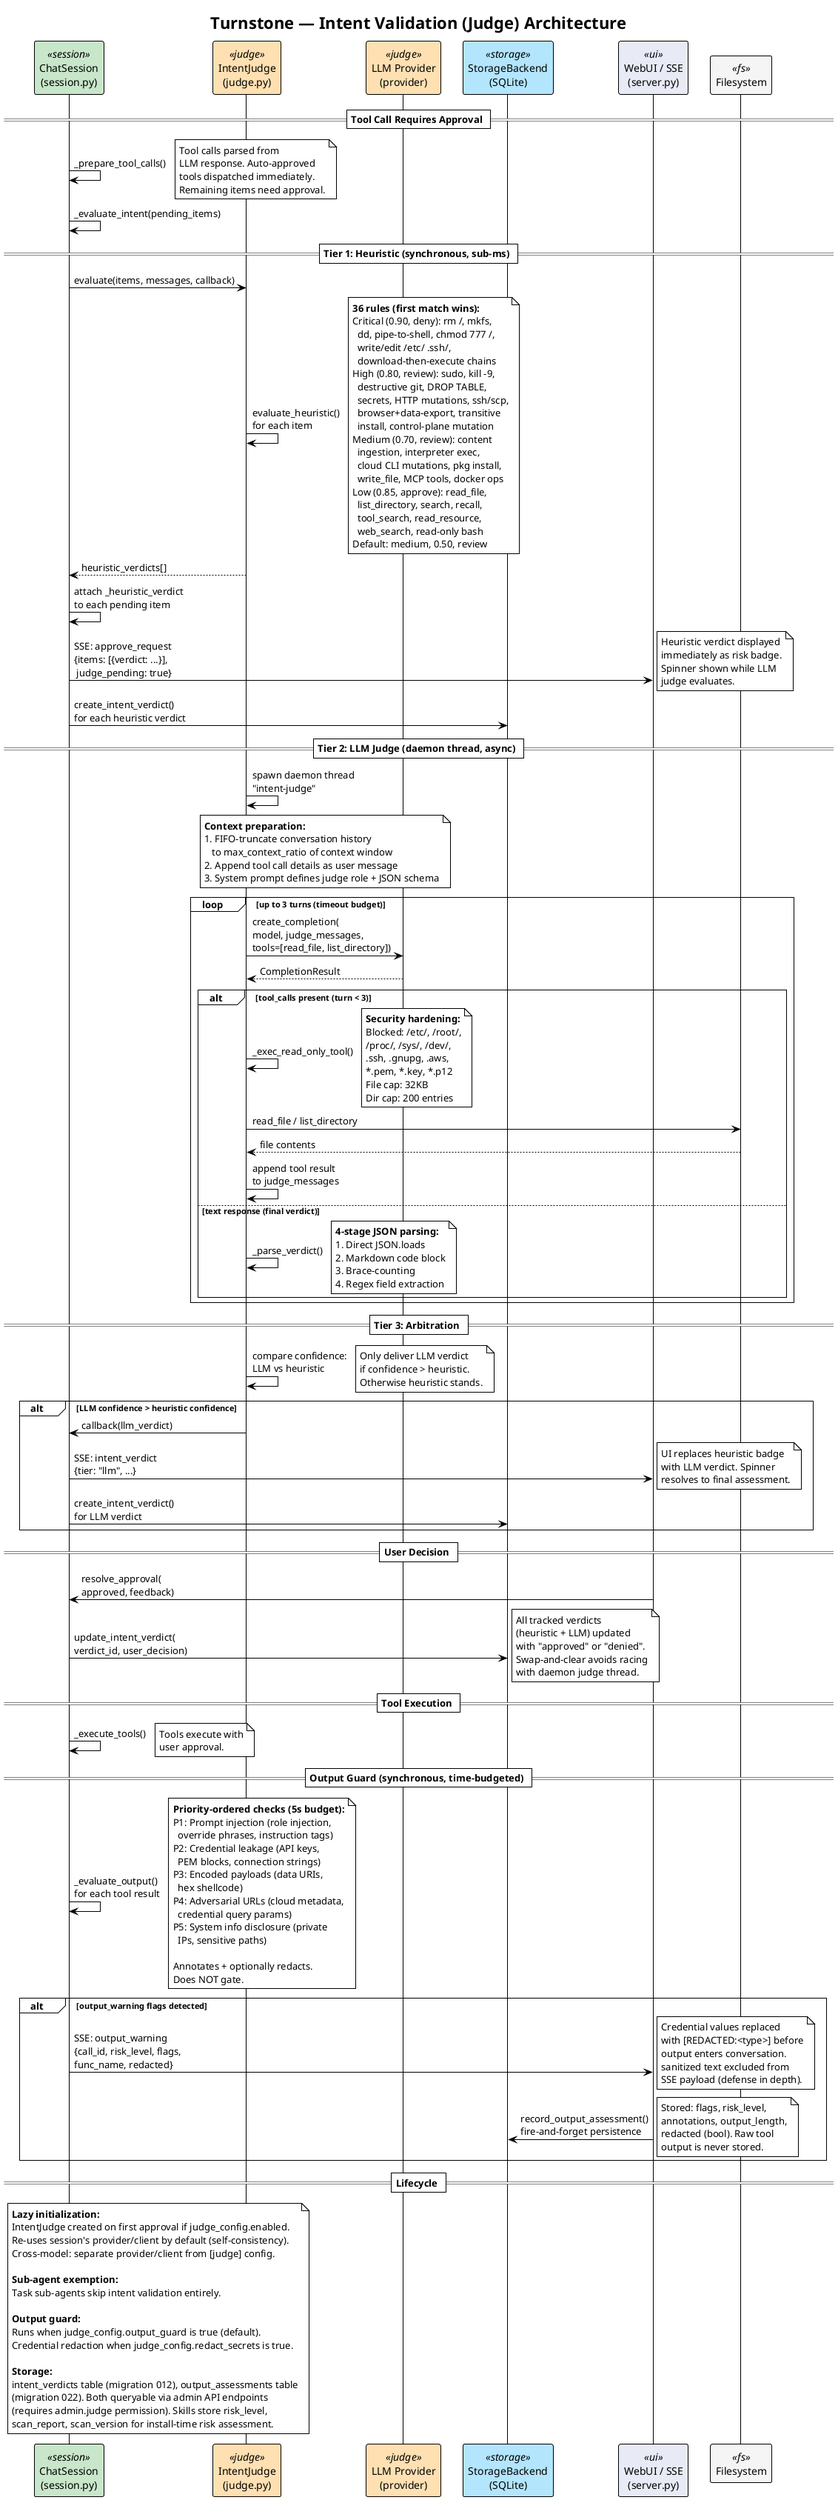
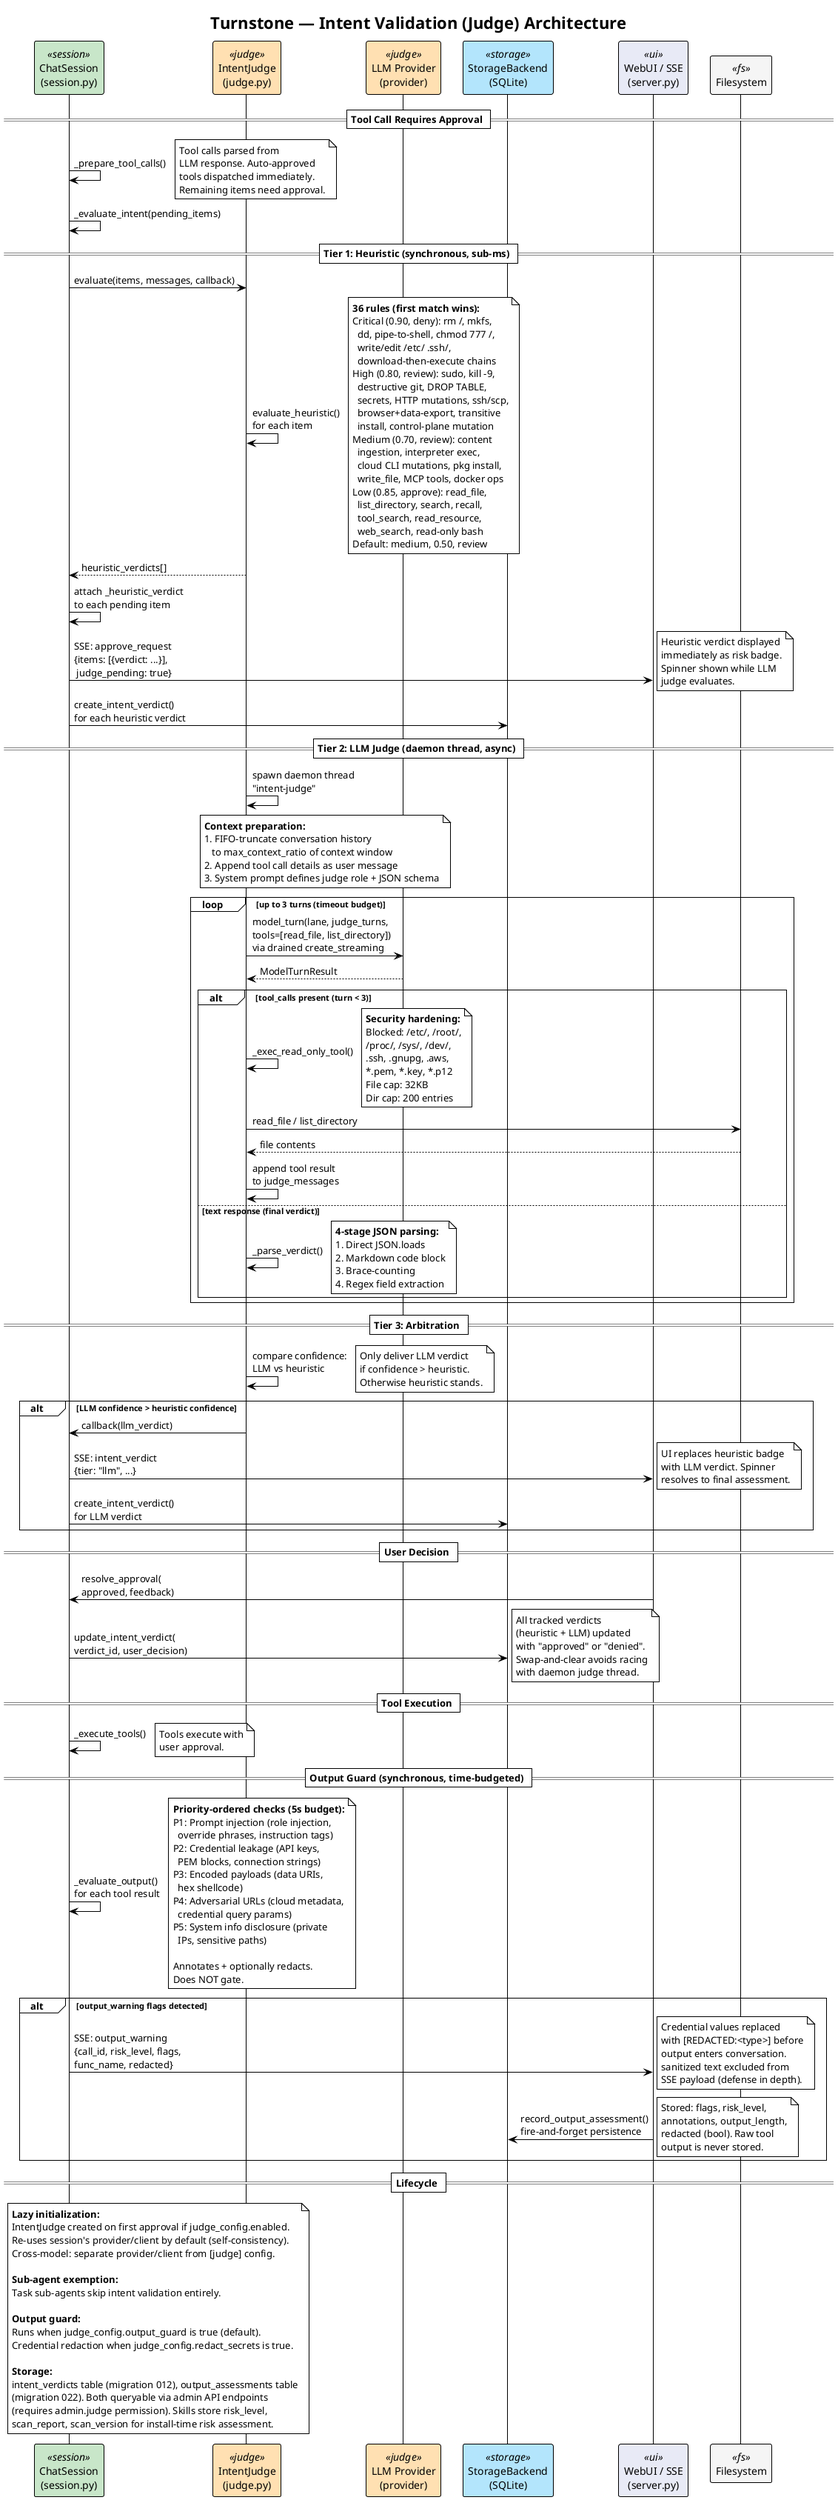
@startuml
!theme plain
title Turnstone — Intent Validation (Judge) Architecture

skinparam participant {
    BackgroundColor<<session>> #C8E6C9
    BackgroundColor<<judge>> #FFE0B2
    BackgroundColor<<storage>> #B3E5FC
    BackgroundColor<<ui>> #E8EAF6
    BackgroundColor<<fs>> #F5F5F5
}

participant "ChatSession\n(session.py)" as Session <<session>>
participant "IntentJudge\n(judge.py)" as Judge <<judge>>
participant "LLM Provider\n(provider)" as LLM <<judge>>
participant "StorageBackend\n(SQLite)" as Storage <<storage>>
participant "WebUI / SSE\n(server.py)" as UI <<ui>>
participant "Filesystem" as FS <<fs>>

== Tool Call Requires Approval ==

Session -> Session : _prepare_tool_calls()
note right
  Tool calls parsed from
  LLM response. Auto-approved
  tools dispatched immediately.
  Remaining items need approval.
end note

Session -> Session : _evaluate_intent(pending_items)

== Tier 1: Heuristic (synchronous, sub-ms) ==

Session -> Judge : evaluate(items, messages, callback)

Judge -> Judge : evaluate_heuristic()\nfor each item
note right
  **36 rules (first match wins):**
  Critical (0.90, deny): rm /, mkfs,
    dd, pipe-to-shell, chmod 777 /,
    write/edit /etc/ .ssh/,
    download-then-execute chains
  High (0.80, review): sudo, kill -9,
    destructive git, DROP TABLE,
    secrets, HTTP mutations, ssh/scp,
    browser+data-export, transitive
    install, control-plane mutation
  Medium (0.70, review): content
    ingestion, interpreter exec,
    cloud CLI mutations, pkg install,
    write_file, MCP tools, docker ops
  Low (0.85, approve): read_file,
    list_directory, search, recall,
    tool_search, read_resource,
    web_search, read-only bash
  Default: medium, 0.50, review
end note

Judge --> Session : heuristic_verdicts[]

Session -> Session : attach _heuristic_verdict\nto each pending item

Session -> UI : SSE: approve_request\n{items: [{verdict: ...}],\n judge_pending: true}
note right
  Heuristic verdict displayed
  immediately as risk badge.
  Spinner shown while LLM
  judge evaluates.
end note

Session -> Storage : create_intent_verdict()\nfor each heuristic verdict

== Tier 2: LLM Judge (daemon thread, async) ==

Judge -> Judge : spawn daemon thread\n"intent-judge"

note over Judge, LLM
  **Context preparation:**
  1. FIFO-truncate conversation history
     to max_context_ratio of context window
  2. Append tool call details as user message
  3. System prompt defines judge role + JSON schema
end note

loop up to 3 turns (timeout budget)

-     Judge -> LLM : create_completion(\nmodel, judge_messages,\ntools=[read_file, list_directory])
-     LLM --> Judge : CompletionResult
+     Judge -> LLM : model_turn(lane, judge_turns,\ntools=[read_file, list_directory])\nvia drained create_streaming
+     LLM --> Judge : ModelTurnResult

    alt tool_calls present (turn < 3)
        Judge -> Judge : _exec_read_only_tool()
        note right
          **Security hardening:**
          Blocked: /etc/, /root/,
          /proc/, /sys/, /dev/,
          .ssh, .gnupg, .aws,
          *.pem, *.key, *.p12
          File cap: 32KB
          Dir cap: 200 entries
        end note
        Judge -> FS : read_file / list_directory
        FS --> Judge : file contents
        Judge -> Judge : append tool result\nto judge_messages
    else text response (final verdict)
        Judge -> Judge : _parse_verdict()
        note right
          **4-stage JSON parsing:**
          1. Direct JSON.loads
          2. Markdown code block
          3. Brace-counting
          4. Regex field extraction
        end note
    end

end

== Tier 3: Arbitration ==

Judge -> Judge : compare confidence:\nLLM vs heuristic
note right
  Only deliver LLM verdict
  if confidence > heuristic.
  Otherwise heuristic stands.
end note

alt LLM confidence > heuristic confidence
    Judge -> Session : callback(llm_verdict)
    Session -> UI : SSE: intent_verdict\n{tier: "llm", ...}
    note right
      UI replaces heuristic badge
      with LLM verdict. Spinner
      resolves to final assessment.
    end note
    Session -> Storage : create_intent_verdict()\nfor LLM verdict
end

== User Decision ==

UI -> Session : resolve_approval(\napproved, feedback)

Session -> Storage : update_intent_verdict(\nverdict_id, user_decision)
note right
  All tracked verdicts
  (heuristic + LLM) updated
  with "approved" or "denied".
  Swap-and-clear avoids racing
  with daemon judge thread.
end note

== Tool Execution ==

Session -> Session : _execute_tools()
note right
  Tools execute with
  user approval.
end note

== Output Guard (synchronous, time-budgeted) ==

Session -> Session : _evaluate_output()\nfor each tool result
note right
  **Priority-ordered checks (5s budget):**
  P1: Prompt injection (role injection,
    override phrases, instruction tags)
  P2: Credential leakage (API keys,
    PEM blocks, connection strings)
  P3: Encoded payloads (data URIs,
    hex shellcode)
  P4: Adversarial URLs (cloud metadata,
    credential query params)
  P5: System info disclosure (private
    IPs, sensitive paths)

  Annotates + optionally redacts.
  Does NOT gate.
end note

alt output_warning flags detected
    Session -> UI : SSE: output_warning\n{call_id, risk_level, flags,\nfunc_name, redacted}
    note right
      Credential values replaced
      with [REDACTED:<type>] before
      output enters conversation.
      sanitized text excluded from
      SSE payload (defense in depth).
    end note
    UI -> Storage : record_output_assessment()\nfire-and-forget persistence
    note right
      Stored: flags, risk_level,
      annotations, output_length,
      redacted (bool). Raw tool
      output is never stored.
    end note
end

== Lifecycle ==

note over Session, Judge
  **Lazy initialization:**
  IntentJudge created on first approval if judge_config.enabled.
  Re-uses session's provider/client by default (self-consistency).
  Cross-model: separate provider/client from [judge] config.

  **Sub-agent exemption:**
  Task sub-agents skip intent validation entirely.

  **Output guard:**
  Runs when judge_config.output_guard is true (default).
  Credential redaction when judge_config.redact_secrets is true.

  **Storage:**
  intent_verdicts table (migration 012), output_assessments table
  (migration 022). Both queryable via admin API endpoints
  (requires admin.judge permission). Skills store risk_level,
  scan_report, scan_version for install-time risk assessment.
end note

@enduml
